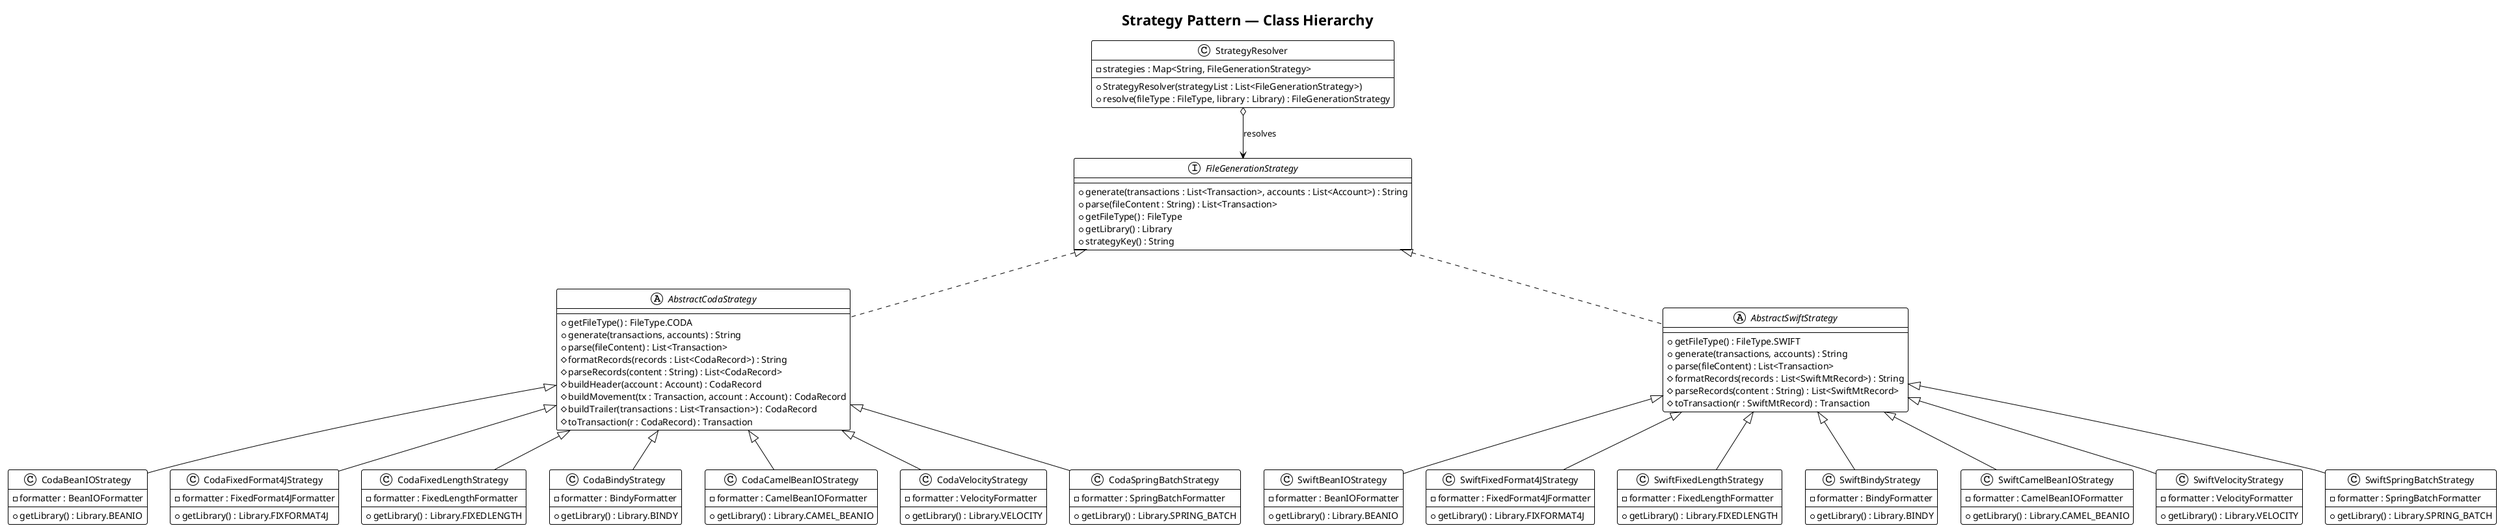
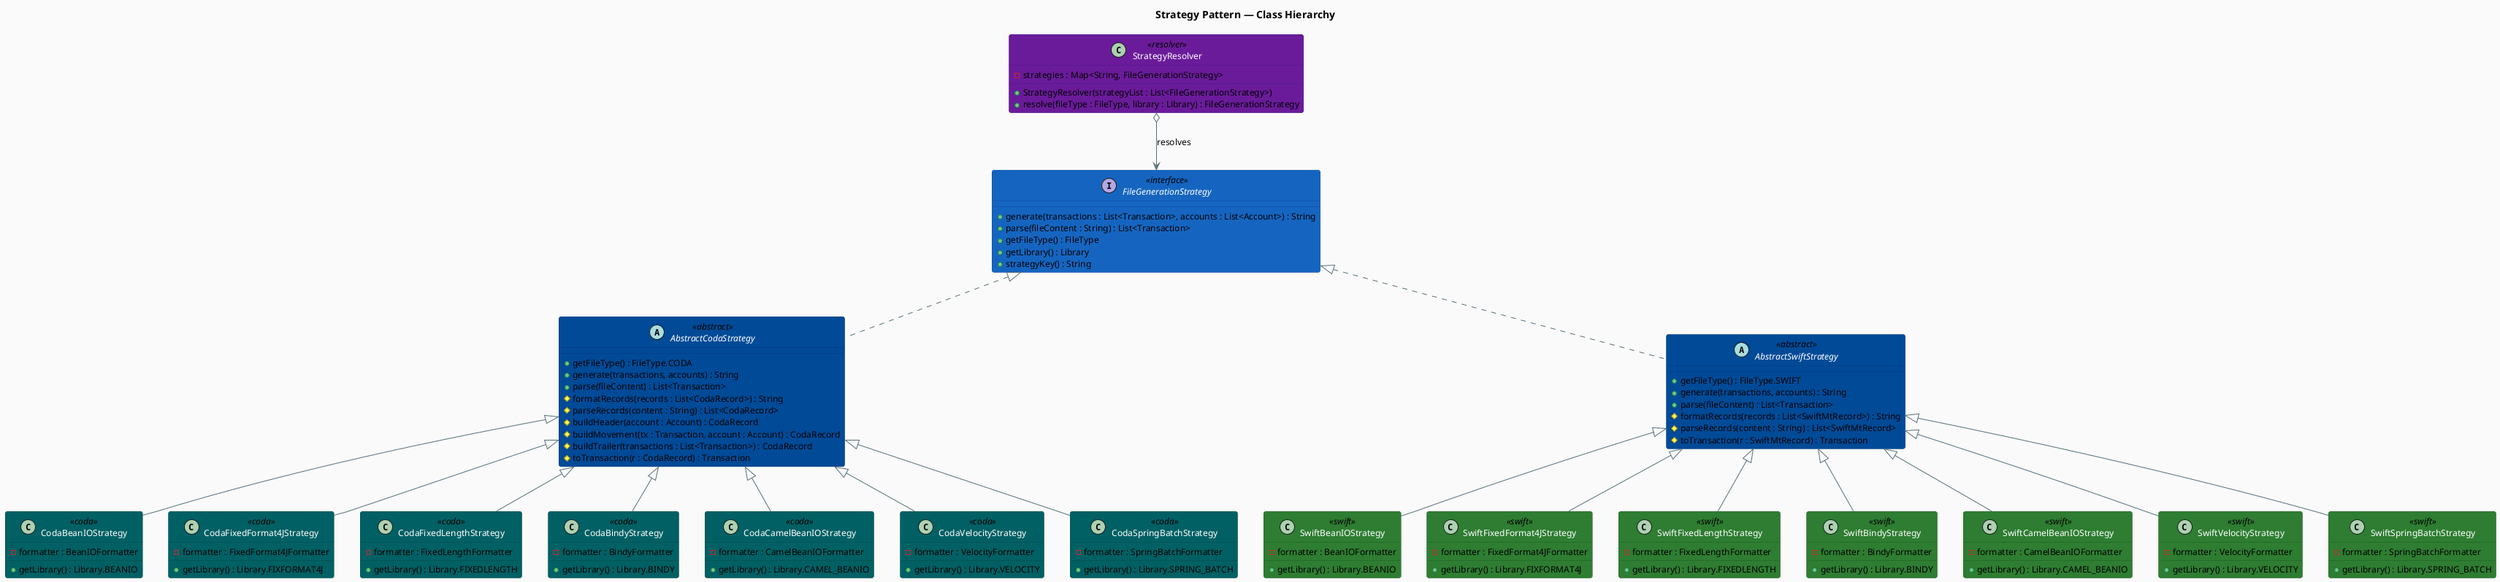
@startuml strategy-class-diagram
- !theme plain
title Strategy Pattern — Class Hierarchy

- interface FileGenerationStrategy {
+ skinparam backgroundColor #fafafa
+ skinparam ShadowingEnabled false
+ skinparam RoundCorner 6
+ skinparam ArrowColor #546e7a
+ skinparam defaultFontName Arial
+ skinparam defaultFontSize 12
+ 
+ skinparam classBackgroundColor #f5f5f5
+ skinparam classBorderColor #546e7a
+ skinparam classFontColor #263238
+ skinparam classHeaderBackgroundColor #f5f5f5
+ 
+ skinparam class<<interface>> {
+     BackgroundColor #1565c0
+     BorderColor #0d47a1
+     FontColor #ffffff
+     HeaderBackgroundColor #1565c0
+     HeaderFontColor #ffffff
+ }
+ 
+ skinparam class<<abstract>> {
+     BackgroundColor #004A97
+     BorderColor #003580
+     FontColor #ffffff
+     HeaderBackgroundColor #004A97
+     HeaderFontColor #ffffff
+ }
+ 
+ skinparam class<<coda>> {
+     BackgroundColor #006064
+     BorderColor #004d40
+     FontColor #ffffff
+     HeaderBackgroundColor #006064
+     HeaderFontColor #ffffff
+ }
+ 
+ skinparam class<<swift>> {
+     BackgroundColor #2e7d32
+     BorderColor #1b5e20
+     FontColor #ffffff
+     HeaderBackgroundColor #2e7d32
+     HeaderFontColor #ffffff
+ }
+ 
+ skinparam class<<resolver>> {
+     BackgroundColor #6a1b9a
+     BorderColor #4a148c
+     FontColor #ffffff
+     HeaderBackgroundColor #6a1b9a
+     HeaderFontColor #ffffff
+ }
+ 
+ interface FileGenerationStrategy <<interface>> {
  +generate(transactions : List<Transaction>, accounts : List<Account>) : String
  +parse(fileContent : String) : List<Transaction>
  +getFileType() : FileType
  +getLibrary() : Library
  +strategyKey() : String
}

- abstract class AbstractCodaStrategy {
+ abstract class AbstractCodaStrategy <<abstract>> {
  +getFileType() : FileType.CODA
  +generate(transactions, accounts) : String
  +parse(fileContent) : List<Transaction>
  #formatRecords(records : List<CodaRecord>) : String
  #parseRecords(content : String) : List<CodaRecord>
  #buildHeader(account : Account) : CodaRecord
  #buildMovement(tx : Transaction, account : Account) : CodaRecord
  #buildTrailer(transactions : List<Transaction>) : CodaRecord
  #toTransaction(r : CodaRecord) : Transaction
}

- abstract class AbstractSwiftStrategy {
+ abstract class AbstractSwiftStrategy <<abstract>> {
  +getFileType() : FileType.SWIFT
  +generate(transactions, accounts) : String
  +parse(fileContent) : List<Transaction>
  #formatRecords(records : List<SwiftMtRecord>) : String
  #parseRecords(content : String) : List<SwiftMtRecord>
  #toTransaction(r : SwiftMtRecord) : Transaction
}

- class CodaBeanIOStrategy {
+ class CodaBeanIOStrategy <<coda>> {
  -formatter : BeanIOFormatter
  +getLibrary() : Library.BEANIO
}

- class CodaFixedFormat4JStrategy {
+ class CodaFixedFormat4JStrategy <<coda>> {
  -formatter : FixedFormat4JFormatter
  +getLibrary() : Library.FIXFORMAT4J
}

- class CodaFixedLengthStrategy {
+ class CodaFixedLengthStrategy <<coda>> {
  -formatter : FixedLengthFormatter
  +getLibrary() : Library.FIXEDLENGTH
}

- class CodaBindyStrategy {
+ class CodaBindyStrategy <<coda>> {
  -formatter : BindyFormatter
  +getLibrary() : Library.BINDY
}

- class CodaCamelBeanIOStrategy {
+ class CodaCamelBeanIOStrategy <<coda>> {
  -formatter : CamelBeanIOFormatter
  +getLibrary() : Library.CAMEL_BEANIO
}

- class CodaVelocityStrategy {
+ class CodaVelocityStrategy <<coda>> {
  -formatter : VelocityFormatter
  +getLibrary() : Library.VELOCITY
}

- class CodaSpringBatchStrategy {
+ class CodaSpringBatchStrategy <<coda>> {
  -formatter : SpringBatchFormatter
  +getLibrary() : Library.SPRING_BATCH
}

- class SwiftBeanIOStrategy {
+ class SwiftBeanIOStrategy <<swift>> {
  -formatter : BeanIOFormatter
  +getLibrary() : Library.BEANIO
}

- class SwiftFixedFormat4JStrategy {
+ class SwiftFixedFormat4JStrategy <<swift>> {
  -formatter : FixedFormat4JFormatter
  +getLibrary() : Library.FIXFORMAT4J
}

- class SwiftFixedLengthStrategy {
+ class SwiftFixedLengthStrategy <<swift>> {
  -formatter : FixedLengthFormatter
  +getLibrary() : Library.FIXEDLENGTH
}

- class SwiftBindyStrategy {
+ class SwiftBindyStrategy <<swift>> {
  -formatter : BindyFormatter
  +getLibrary() : Library.BINDY
}

- class SwiftCamelBeanIOStrategy {
+ class SwiftCamelBeanIOStrategy <<swift>> {
  -formatter : CamelBeanIOFormatter
  +getLibrary() : Library.CAMEL_BEANIO
}

- class SwiftVelocityStrategy {
+ class SwiftVelocityStrategy <<swift>> {
  -formatter : VelocityFormatter
  +getLibrary() : Library.VELOCITY
}

- class SwiftSpringBatchStrategy {
+ class SwiftSpringBatchStrategy <<swift>> {
  -formatter : SpringBatchFormatter
  +getLibrary() : Library.SPRING_BATCH
}

- class StrategyResolver {
+ class StrategyResolver <<resolver>> {
  -strategies : Map<String, FileGenerationStrategy>
  +StrategyResolver(strategyList : List<FileGenerationStrategy>)
  +resolve(fileType : FileType, library : Library) : FileGenerationStrategy
}

FileGenerationStrategy <|.. AbstractCodaStrategy
FileGenerationStrategy <|.. AbstractSwiftStrategy
AbstractCodaStrategy <|-- CodaBeanIOStrategy
AbstractCodaStrategy <|-- CodaFixedFormat4JStrategy
AbstractCodaStrategy <|-- CodaFixedLengthStrategy
AbstractCodaStrategy <|-- CodaBindyStrategy
AbstractCodaStrategy <|-- CodaCamelBeanIOStrategy
AbstractCodaStrategy <|-- CodaVelocityStrategy
AbstractCodaStrategy <|-- CodaSpringBatchStrategy
AbstractSwiftStrategy <|-- SwiftBeanIOStrategy
AbstractSwiftStrategy <|-- SwiftFixedFormat4JStrategy
AbstractSwiftStrategy <|-- SwiftFixedLengthStrategy
AbstractSwiftStrategy <|-- SwiftBindyStrategy
AbstractSwiftStrategy <|-- SwiftCamelBeanIOStrategy
AbstractSwiftStrategy <|-- SwiftVelocityStrategy
AbstractSwiftStrategy <|-- SwiftSpringBatchStrategy
StrategyResolver o--> FileGenerationStrategy : resolves
@enduml
